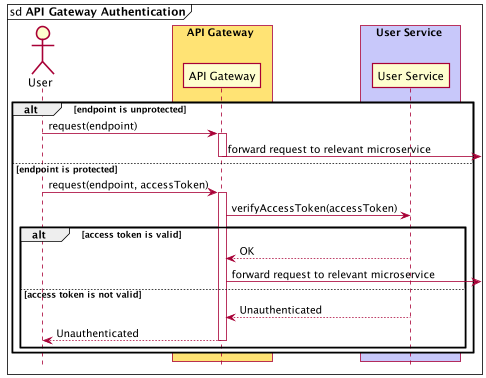
The PlantUML diagram project-report/images/api-gateway-authentication.png in CS3219-AY2223S1/cs3219-project-ay2223s1-g22, before a commit.
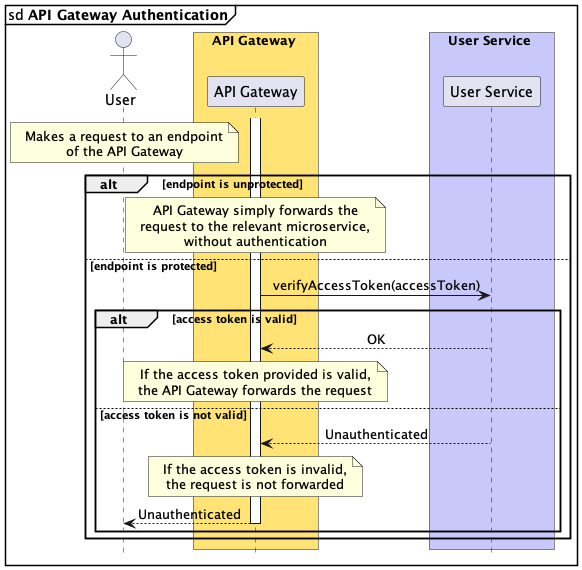
Later version of the same file.

Commit message:
Export and replace sequence diagrams in report

Change to the diagram source:
```diff
@@ -13,26 +13,39 @@
 	participant "User Service" as UserService
 end box
 
+	activate APIGateway
+
+	note over User
+		Makes a request to an endpoint
+		of the API Gateway
+	end note
+
 alt endpoint is unprotected
 
-	User -> APIGateway : request(endpoint)
-	activate APIGateway
-
-	APIGateway -> : forward request to relevant microservice
-	deactivate APIGateway
-
+	note over APIGateway
+		API Gateway simply forwards the
+		request to the relevant microservice,
+		without authentication
+	end note
 
 else endpoint is protected
 
-	User -> APIGateway : request(endpoint, accessToken)
-	activate APIGateway
+
 	APIGateway -> UserService : verifyAccessToken(accessToken)
 
 	alt access token is valid
 		APIGateway <-- UserService : OK
-		APIGateway ->  : forward request to relevant microservice
+		note over APIGateway
+			If the access token provided is valid,
+			the API Gateway forwards the request
+		end note
 	else access token is not valid
 		APIGateway <-- UserService : Unauthenticated
+
+		note over APIGateway
+			If the access token is invalid,
+			the request is not forwarded
+		end note
 		User <-- APIGateway : Unauthenticated
 
 		deactivate APIGateway
```
